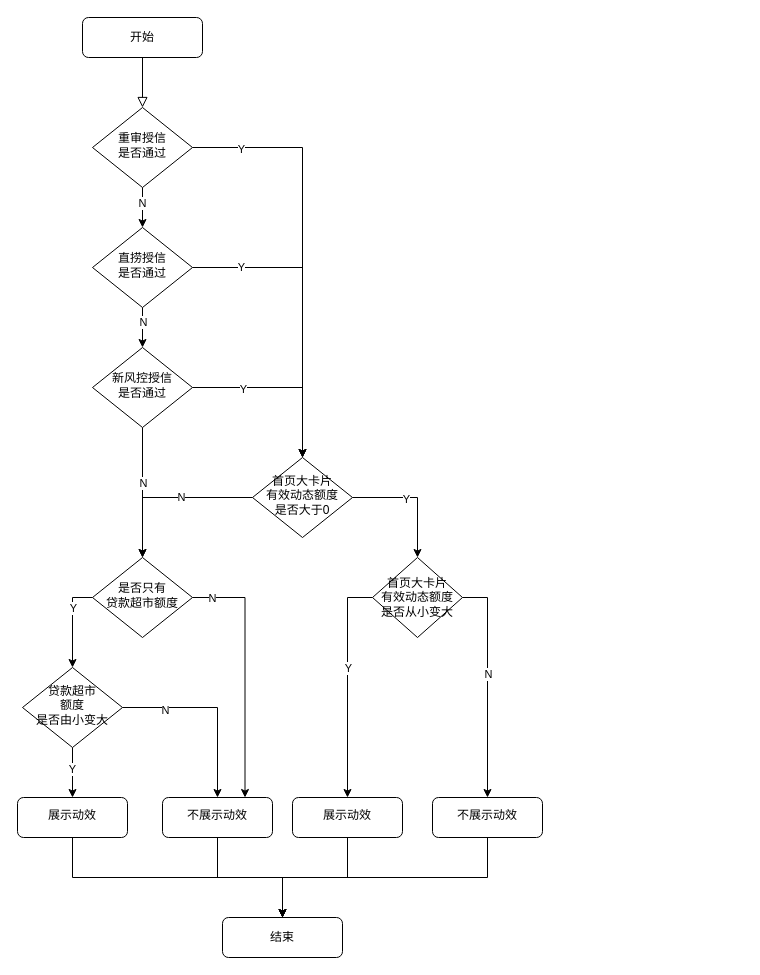
Above: creditInfoChangeNotify.drawio in ABIN-DS/flowchart (draw.io), before the change. Source tidied: cells renumbered, new cells numbered last; positions are measured from the earlier drawing's top-left corner, leaving out a move shared by most shapes. Both pictures are drawn from the tidied source at 100%, with x=0, y=0 at pixel (17, 17).
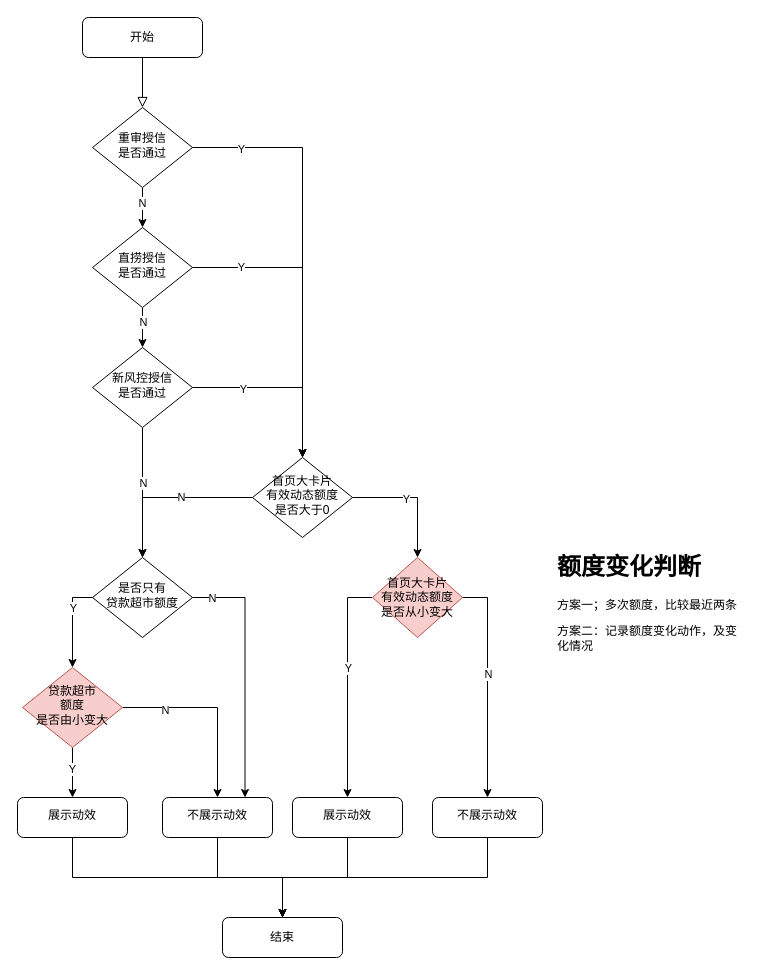
Above is the later version.

What changed in the source:
```diff
@@
-    <mxCell id="30" value="首页大卡片&lt;br&gt;有效动态额度&lt;br&gt;是否从小变大" style="rhombus;whiteSpace=wrap;html=1;" parent="1" vertex="1">
+    <mxCell id="30" value="首页大卡片&lt;br&gt;有效动态额度&lt;br&gt;是否从小变大" style="rhombus;whiteSpace=wrap;html=1;fillColor=#f8cecc;strokeColor=#b85450;" parent="1" vertex="1">
       <mxGeometry x="355" y="540" width="90" height="80" as="geometry" />
     </mxCell>
@@
-    <mxCell id="42" value="贷款超市&lt;br&gt;额度&lt;br&gt;是否由小变大" style="rhombus;whiteSpace=wrap;html=1;shadow=0;fontFamily=Helvetica;fontSize=12;align=center;strokeWidth=1;spacing=6;spacingTop=-4;" parent="1" vertex="1">
+    <mxCell id="42" value="贷款超市&lt;br&gt;额度&lt;br&gt;是否由小变大" style="rhombus;whiteSpace=wrap;html=1;shadow=0;fontFamily=Helvetica;fontSize=12;align=center;strokeWidth=1;spacing=6;spacingTop=-4;fillColor=#f8cecc;strokeColor=#b85450;" parent="1" vertex="1">
       <mxGeometry x="5" y="650" width="100" height="80" as="geometry" />
     </mxCell>
@@
+    <mxCell id="48" value="&lt;h1&gt;额度变化判断&lt;/h1&gt;&lt;p&gt;方案一；多次额度，比较最近两条&lt;/p&gt;&lt;p&gt;方案二：记录额度变化动作，及变化情况&lt;/p&gt;" style="text;html=1;strokeColor=none;fillColor=none;spacing=5;spacingTop=-20;whiteSpace=wrap;overflow=hidden;rounded=0;" parent="1" vertex="1">
+      <mxGeometry x="535" y="530" width="190" height="120" as="geometry" />
+    </mxCell>
```
